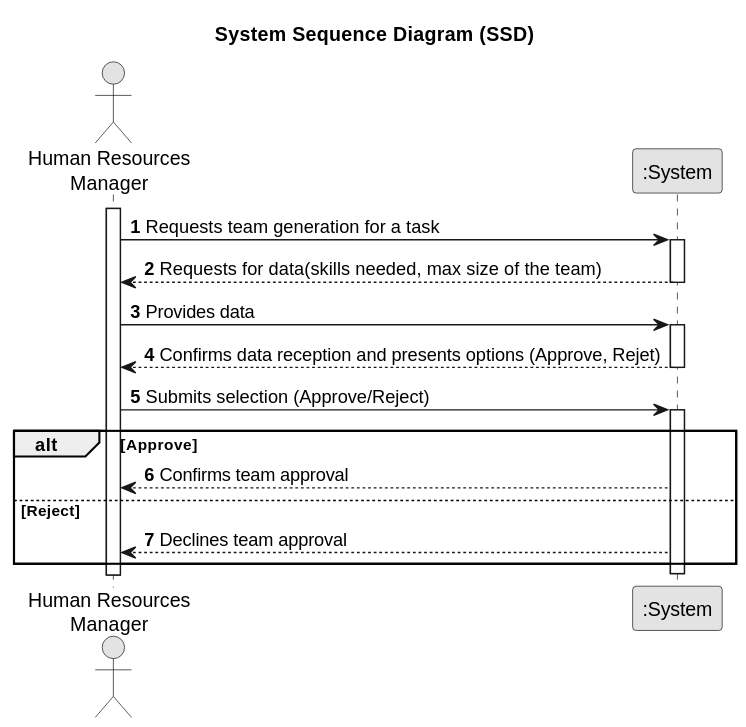
Earlier version of the PlantUML export docs/sprintA/us005/01.requirements-engineering/svg/us005-system-sequence-diagram.svg (Mendoncaa/LAPR2). The source it was exported from:
```plantuml
@startuml
skinparam monochrome true
skinparam packageStyle rectangle
skinparam shadowing false

title System Sequence Diagram (SSD)

autonumber

actor "Human Resources\nManager" as HRManager
participant ":System" as System

activate HRManager

HRManager -> System : Requests team generation for a task
activate System

    System --> HRManager : Requests for data(skills needed, max size of the team)
    deactivate System

    HRManager -> System : Provides data
    activate System

    System --> HRManager : Confirms data reception and presents options (Approve, Rejet)
    deactivate System

HRManager -> System : Submits selection (Approve/Reject)
activate System

alt Approve
    System --> HRManager : Confirms team approval
else Reject
    System --> HRManager : Declines team approval
end

deactivate System

@enduml
```
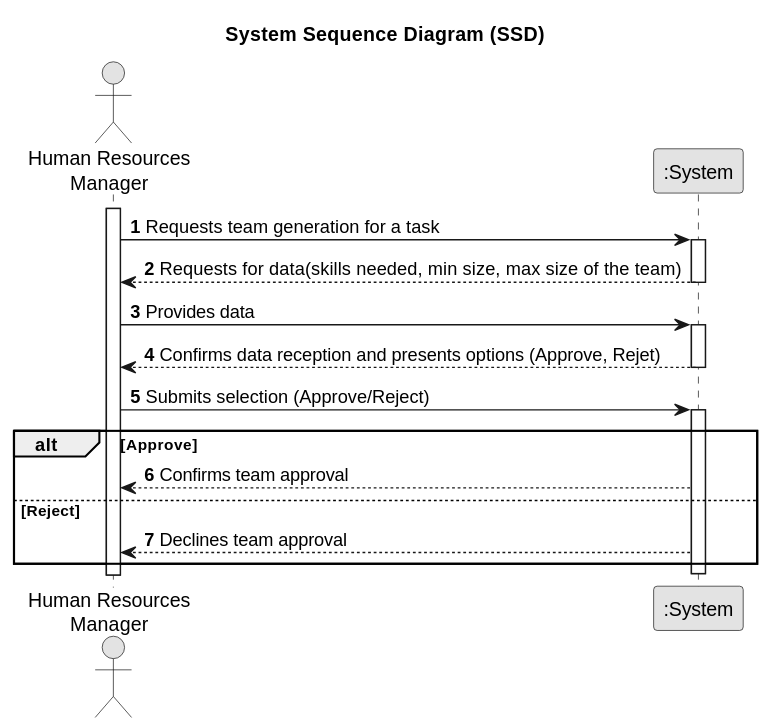
After the change.

Change to the diagram source:
```diff
@@ -15,7 +15,7 @@
 HRManager -> System : Requests team generation for a task
 activate System
 
-    System --> HRManager : Requests for data(skills needed, max size of the team)
+    System --> HRManager : Requests for data(skills needed, min size, max size of the team)
     deactivate System
 
     HRManager -> System : Provides data
@@ -34,5 +34,4 @@
 end
 
 deactivate System
-
 @enduml
```
